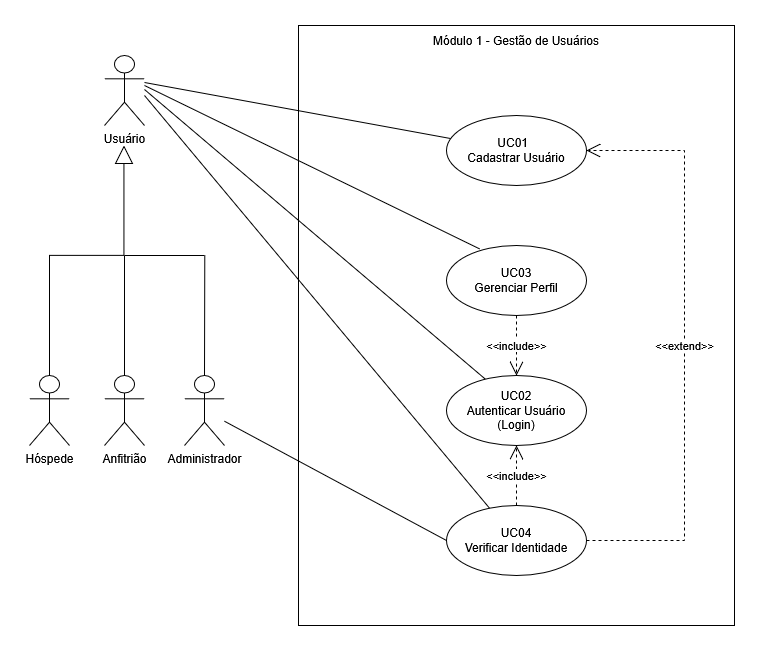
vaniacourses/trabalho-pratico-grupo-8 keeps this draw.io diagram as diagramas/casos-de-uso/modulo-1-gestao-de-usuarios.png. Above is the earlier version. Source tidied: cells renumbered, new cells last; positions are measured from the earlier drawing's top-left corner, leaving out a move shared by most shapes.
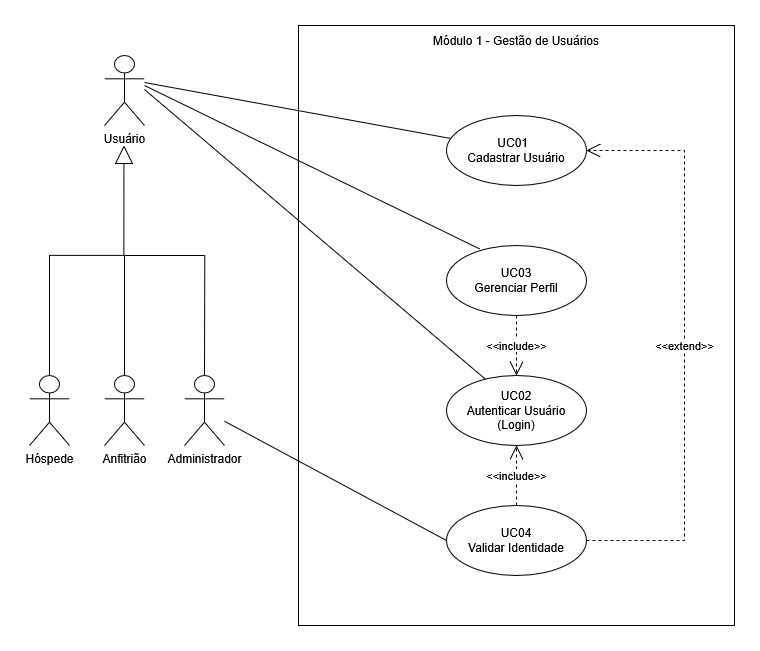
After the commit.

Commit message:
fix: corrige diagrama de casos de uso (Módulo 1)

What changed in the source:
```diff
@@ -35,7 +35,7 @@
     <mxCell id="10" value="&lt;div&gt;UC03&lt;/div&gt;&lt;div&gt;Gerenciar Perfil&lt;/div&gt;" style="ellipse;whiteSpace=wrap;html=1;" parent="1" vertex="1">
       <mxGeometry x="417" y="220" width="140" height="70" as="geometry" />
     </mxCell>
-    <mxCell id="11" value="&lt;div&gt;UC04&lt;/div&gt;&lt;div&gt;Verificar Identidade&lt;/div&gt;" style="ellipse;whiteSpace=wrap;html=1;" parent="1" vertex="1">
+    <mxCell id="11" value="&lt;div&gt;UC04&lt;/div&gt;&lt;div&gt;Validar Identidade&lt;/div&gt;" style="ellipse;whiteSpace=wrap;html=1;" parent="1" vertex="1">
       <mxGeometry x="417" y="480" width="140" height="70" as="geometry" />
     </mxCell>
     <mxCell id="12" style="endArrow=none;html=1;rounded=0;entryX=0;entryY=0.5;entryDx=0;entryDy=0;" parent="1" edge="1" source="6" target="11">
@@ -65,14 +65,6 @@
         </Array>
       </mxGeometry>
     </mxCell>
-    <mxCell id="16" style="endArrow=none;html=1;rounded=0;" parent="1" edge="1" target="11">
-      <mxGeometry relative="1" as="geometry">
-        <mxPoint x="115" y="70" as="sourcePoint" />
-        <Array as="points">
-          <mxPoint x="115" y="70" />
-        </Array>
-      </mxGeometry>
-    </mxCell>
     <mxCell id="17" value="Módulo 1 - Gestão de Usuários" style="text;html=1;whiteSpace=wrap;strokeColor=none;fillColor=none;align=center;verticalAlign=middle;rounded=0;" parent="1" vertex="1">
       <mxGeometry x="392" width="190" height="30" as="geometry" />
     </mxCell>
```
